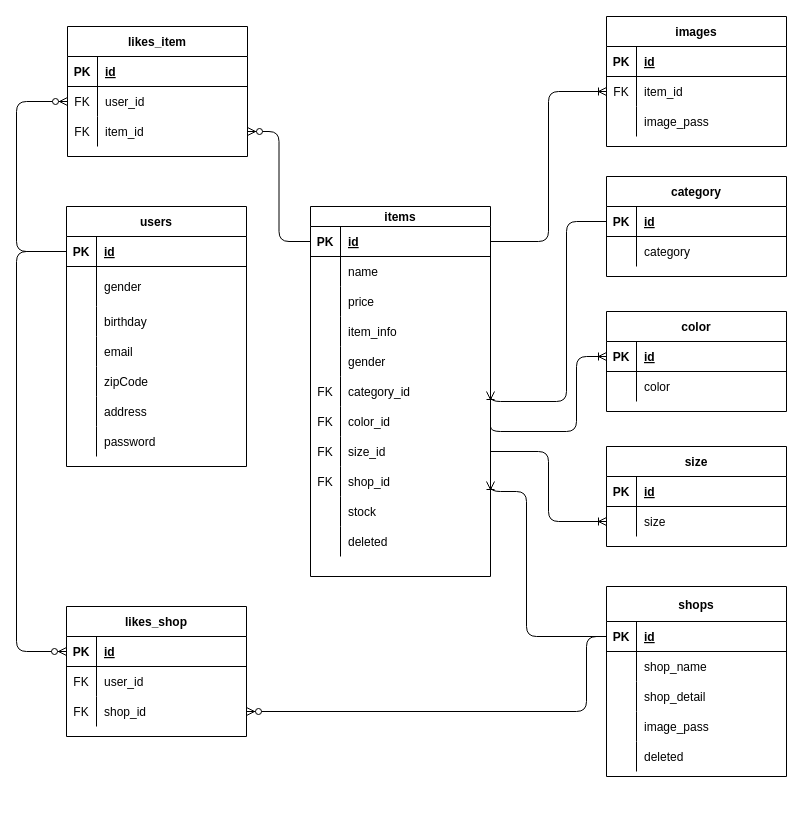
daimatsunaga/mozotown keeps this draw.io diagram as design/mozo.drawio. Above is the earlier version. Source tidied: cells renumbered, new cells numbered last; positions are measured from the earlier drawing's top-left corner, leaving out a move shared by most shapes. Both pictures are drawn from the tidied source at 100%, with x=0, y=0 at pixel (16, 16).
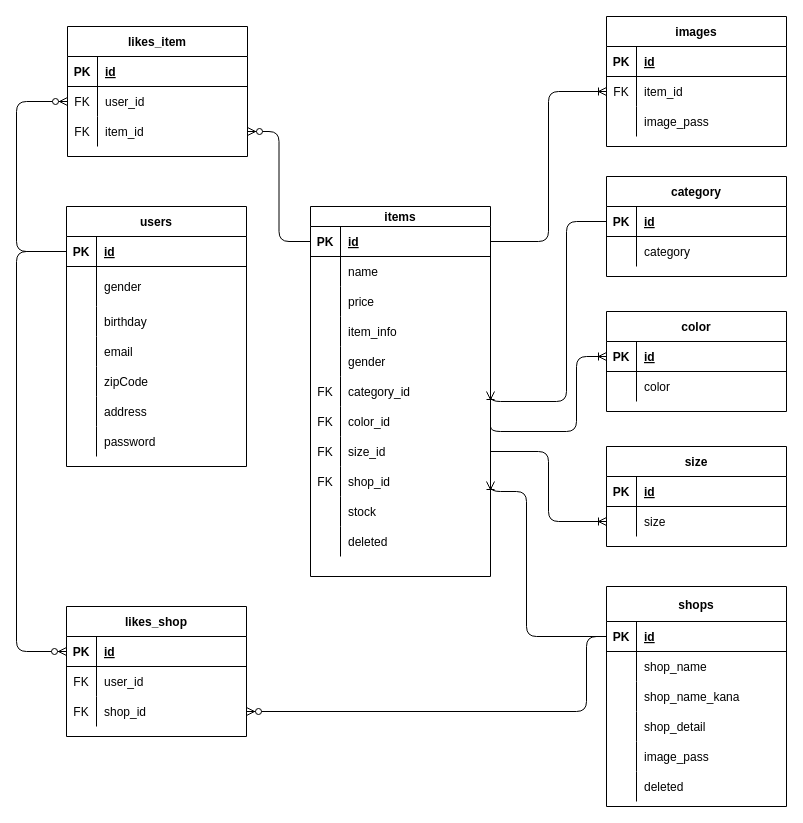
Above is the later version.

The change refers to these unchanged cells:
```xml
<mxCell id="100" style="shape=partialRectangle;fillColor=none;top=0;left=0;bottom=0;right=0;" parent="93" vertex="1">
  <mxGeometry y="95" width="180" height="30" as="geometry" />
</mxCell>
<mxCell id="103" style="shape=partialRectangle;fillColor=none;top=0;left=0;bottom=0;right=0;" parent="93" vertex="1">
  <mxGeometry y="125" width="180" height="30" as="geometry" />
</mxCell>
<mxCell id="106" style="shape=partialRectangle;fillColor=none;top=0;left=0;bottom=0;right=0;" parent="93" vertex="1">
  <mxGeometry y="155" width="180" height="30" as="geometry" />
</mxCell>
```

What changed in the source:
```diff
@@
     <mxCell id="93" value="shops" style="shape=table;startSize=35;childLayout=tableLayout;rowLines=0;fontStyle=1;align=center;" parent="1" vertex="1">
-      <mxGeometry x="590" y="570" width="180" height="190" as="geometry" />
+      <mxGeometry x="590" y="570" width="180" height="220" as="geometry" />
     </mxCell>
@@
-    <mxCell id="102" value="shop_detail" style="shape=partialRectangle;fillColor=none;top=0;left=0;bottom=0;right=0;align=left;spacingLeft=6;overflow=hidden;" parent="100" vertex="1">
+    <mxCell id="102" value="shop_name_kana" style="shape=partialRectangle;fillColor=none;top=0;left=0;bottom=0;right=0;align=left;spacingLeft=6;overflow=hidden;" parent="100" vertex="1">
       <mxGeometry x="30" width="150" height="30" as="geometry" />
     </mxCell>
@@
-    <mxCell id="105" value="image_pass" style="shape=partialRectangle;fillColor=none;top=0;left=0;bottom=0;right=0;align=left;spacingLeft=6;overflow=hidden;" parent="103" vertex="1">
+    <mxCell id="105" value="shop_detail" style="shape=partialRectangle;fillColor=none;top=0;left=0;bottom=0;right=0;align=left;spacingLeft=6;overflow=hidden;" parent="103" vertex="1">
       <mxGeometry x="30" width="150" height="30" as="geometry" />
     </mxCell>
@@
-    <mxCell id="108" value="deleted" style="shape=partialRectangle;fillColor=none;top=0;left=0;bottom=0;right=0;align=left;spacingLeft=6;overflow=hidden;" parent="106" vertex="1">
+    <mxCell id="108" value="image_pass" style="shape=partialRectangle;fillColor=none;top=0;left=0;bottom=0;right=0;align=left;spacingLeft=6;overflow=hidden;" parent="106" vertex="1">
       <mxGeometry x="30" width="150" height="30" as="geometry" />
     </mxCell>
+    <mxCell id="134" style="shape=partialRectangle;fillColor=none;top=0;left=0;bottom=0;right=0;" parent="93" vertex="1">
+      <mxGeometry y="185" width="180" height="30" as="geometry" />
+    </mxCell>
+    <mxCell id="135" style="shape=partialRectangle;fillColor=none;top=0;left=0;bottom=0;right=0;overflow=hidden;" parent="134" vertex="1">
+      <mxGeometry width="30" height="30" as="geometry" />
+    </mxCell>
+    <mxCell id="136" value="deleted" style="shape=partialRectangle;fillColor=none;top=0;left=0;bottom=0;right=0;align=left;spacingLeft=6;overflow=hidden;" parent="134" vertex="1">
+      <mxGeometry x="30" width="150" height="30" as="geometry" />
+    </mxCell>
```
